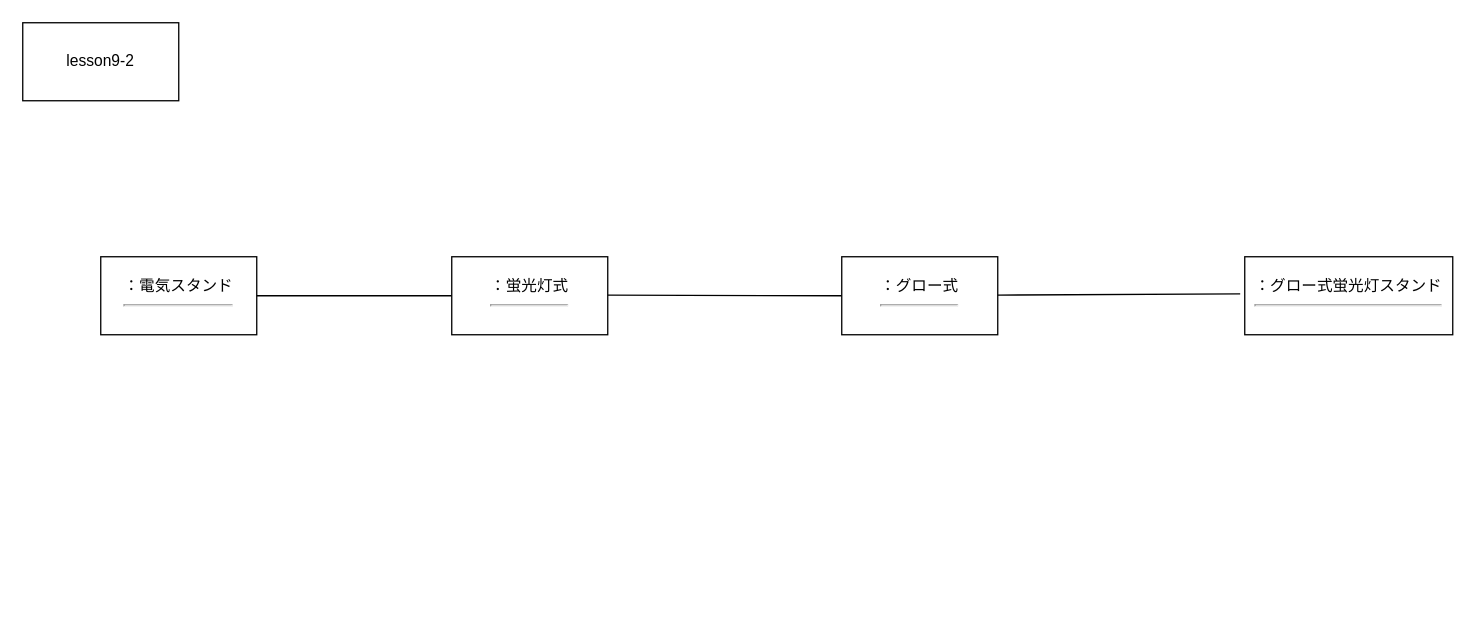
Earlier version of the draw.io diagram lesson9/9-2.drawio (hirutashougo/UML_introduction). Source tidied: cells renumbered, new cells numbered last; positions are measured from the earlier drawing's top-left corner, leaving out a move shared by most shapes. Both pictures are drawn from the tidied source at 130%, with x=0, y=0 at pixel (22, 22).
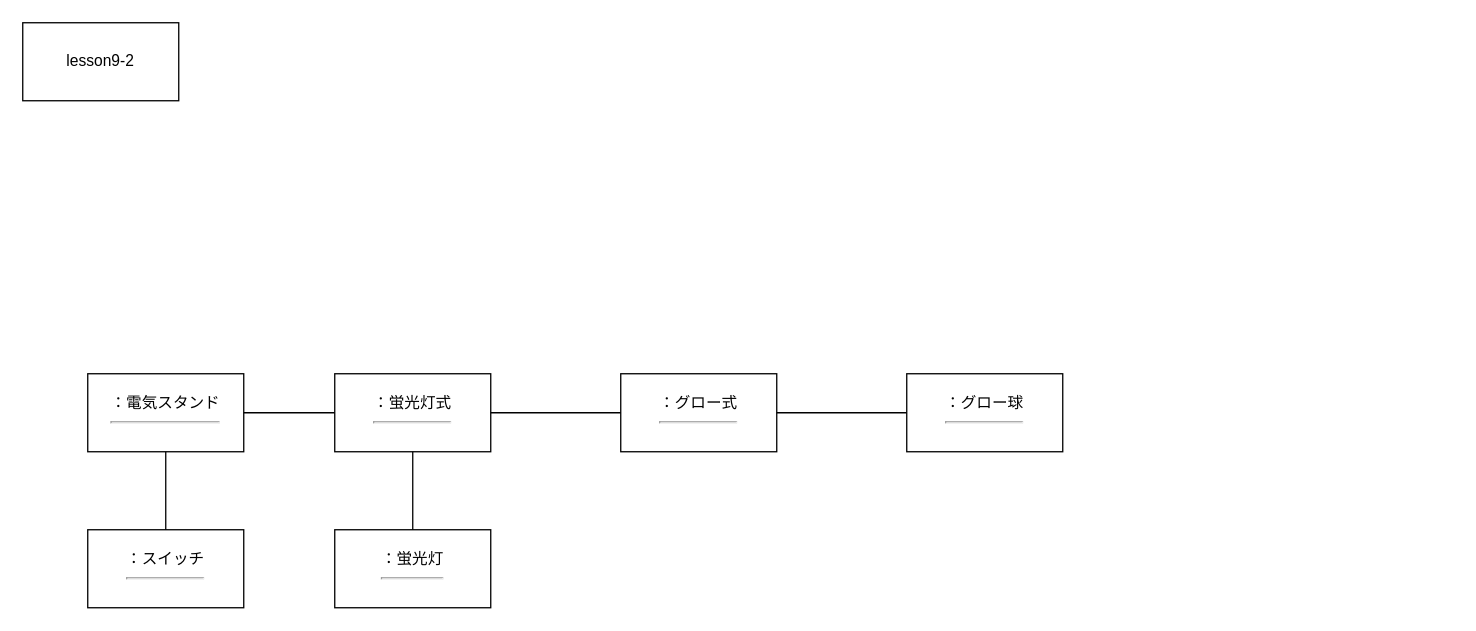
After the change.

Change to the diagram source:
```diff
@@
 <mxGraphModel>
   <root>
     <mxCell id="0" />
     <mxCell id="1" parent="0" />
     <mxCell id="2" value="lesson9-2" style="rounded=0;whiteSpace=wrap;html=1;" parent="1" vertex="1">
       <mxGeometry width="120" height="60" as="geometry" />
     </mxCell>
     <mxCell id="3" value="：電気スタンド&lt;br&gt;&lt;hr&gt;" style="rounded=0;whiteSpace=wrap;html=1;" parent="1" vertex="1">
-      <mxGeometry x="60" y="180" width="120" height="60" as="geometry" />
+      <mxGeometry x="50" y="270" width="120" height="60" as="geometry" />
     </mxCell>
+    <mxCell id="10" value="：蛍光灯&lt;br&gt;&lt;hr&gt;" style="rounded=0;whiteSpace=wrap;html=1;" parent="1" vertex="1">
+      <mxGeometry x="240" y="390" width="120" height="60" as="geometry" />
+    </mxCell>
     <mxCell id="4" value="：蛍光灯式&lt;br&gt;&lt;hr&gt;" style="rounded=0;whiteSpace=wrap;html=1;" parent="1" vertex="1">
-      <mxGeometry x="330" y="180" width="120" height="60" as="geometry" />
+      <mxGeometry x="240" y="270" width="120" height="60" as="geometry" />
     </mxCell>
     <mxCell id="5" value="：グロー式&lt;br&gt;&lt;hr&gt;" style="rounded=0;whiteSpace=wrap;html=1;" parent="1" vertex="1">
-      <mxGeometry x="630" y="180" width="120" height="60" as="geometry" />
+      <mxGeometry x="460" y="270" width="120" height="60" as="geometry" />
     </mxCell>
-    <mxCell id="6" value="：グロー式蛍光灯スタンド&lt;br&gt;&lt;hr&gt;" style="rounded=0;whiteSpace=wrap;html=1;" parent="1" vertex="1">
-      <mxGeometry x="940" y="180" width="160" height="60" as="geometry" />
-    </mxCell>
-    <mxCell id="7" style="endArrow=none;html=1;rounded=0;" parent="1" edge="1" target="4">
-      <mxGeometry relative="1" as="geometry">
-        <mxPoint x="180" y="210" as="sourcePoint" />
-      </mxGeometry>
-    </mxCell>
-    <mxCell id="8" style="endArrow=none;html=1;rounded=0;entryX=0;entryY=0.5;entryDx=0;entryDy=0;" parent="1" edge="1" target="5">
-      <mxGeometry relative="1" as="geometry">
-        <mxPoint x="450" y="209.5" as="sourcePoint" />
-      </mxGeometry>
-    </mxCell>
-    <mxCell id="9" style="endArrow=none;html=1;rounded=0;entryX=-0.022;entryY=0.475;entryDx=0;entryDy=0;entryPerimeter=0;" parent="1" edge="1" target="6">
-      <mxGeometry relative="1" as="geometry">
-        <mxPoint x="750" y="209.5" as="sourcePoint" />
-      </mxGeometry>
-    </mxCell>
+    <mxCell id="11" value="：グロー球&lt;br&gt;&lt;hr&gt;" style="rounded=0;whiteSpace=wrap;html=1;" parent="1" vertex="1">
+      <mxGeometry x="680" y="270" width="120" height="60" as="geometry" />
+    </mxCell>
+    <mxCell id="12" style="endArrow=none;html=1;rounded=0;exitX=0.5;exitY=0;exitDx=0;exitDy=0;entryX=0.5;entryY=1;entryDx=0;entryDy=0;" parent="1" edge="1" source="10" target="4">
+      <mxGeometry relative="1" as="geometry" />
+    </mxCell>
+    <mxCell id="13" style="endArrow=none;html=1;rounded=0;exitX=1;exitY=0.5;exitDx=0;exitDy=0;entryX=0;entryY=0.5;entryDx=0;entryDy=0;" parent="1" edge="1" source="4" target="5">
+      <mxGeometry relative="1" as="geometry" />
+    </mxCell>
+    <mxCell id="14" style="endArrow=none;html=1;rounded=0;exitX=1;exitY=0.5;exitDx=0;exitDy=0;entryX=0;entryY=0.5;entryDx=0;entryDy=0;" parent="1" edge="1" source="5" target="11">
+      <mxGeometry relative="1" as="geometry" />
+    </mxCell>
+    <mxCell id="15" style="endArrow=none;html=1;rounded=0;entryX=1;entryY=0.5;entryDx=0;entryDy=0;exitX=0;exitY=0.5;exitDx=0;exitDy=0;" parent="1" edge="1" source="4" target="3">
+      <mxGeometry relative="1" as="geometry" />
+    </mxCell>
+    <mxCell id="16" value="：スイッチ&lt;br&gt;&lt;hr&gt;" style="rounded=0;whiteSpace=wrap;html=1;" parent="1" vertex="1">
+      <mxGeometry x="50" y="390" width="120" height="60" as="geometry" />
+    </mxCell>
+    <mxCell id="17" style="endArrow=none;html=1;rounded=0;exitX=0.5;exitY=1;exitDx=0;exitDy=0;entryX=0.5;entryY=0;entryDx=0;entryDy=0;" parent="1" edge="1" source="3" target="16">
+      <mxGeometry relative="1" as="geometry" />
+    </mxCell>
   </root>
 </mxGraphModel>
```
